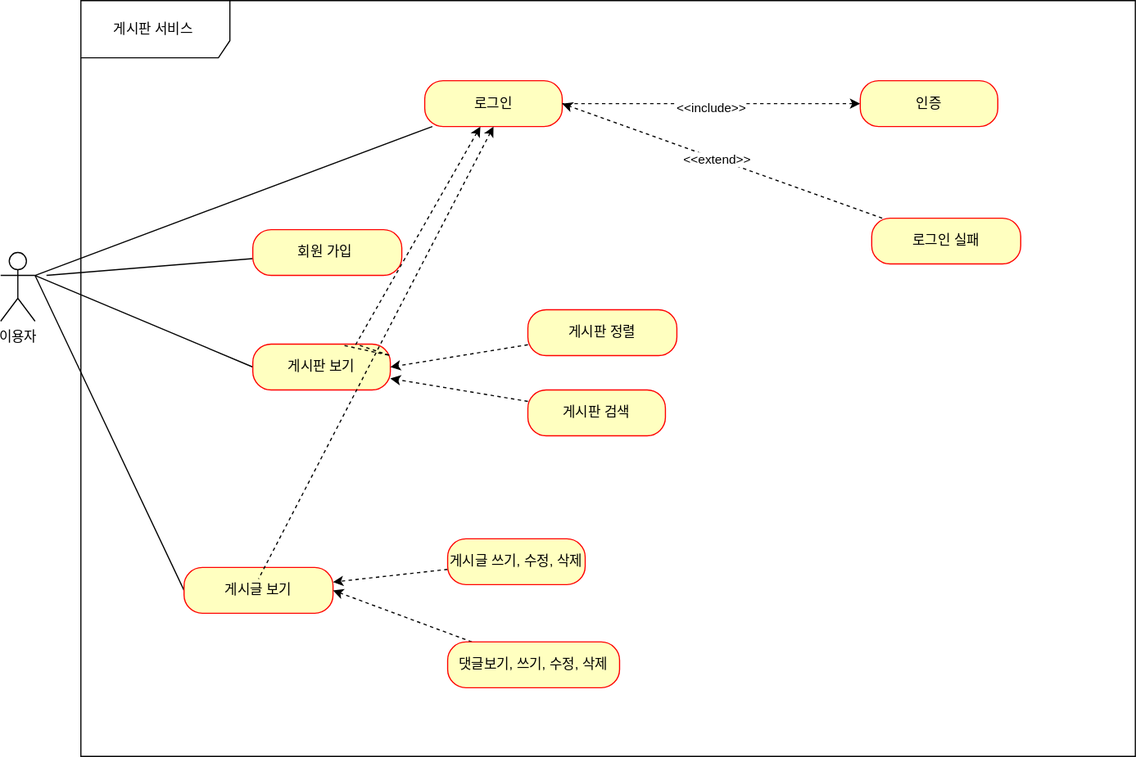
This is doc/use-case.svg from DONGBISULL/dash-board-practice, a draw.io export, as it was before one commit. Source tidied: cells renumbered, new cells last; positions are measured from the earlier drawing's top-left corner, leaving out a move shared by most shapes.
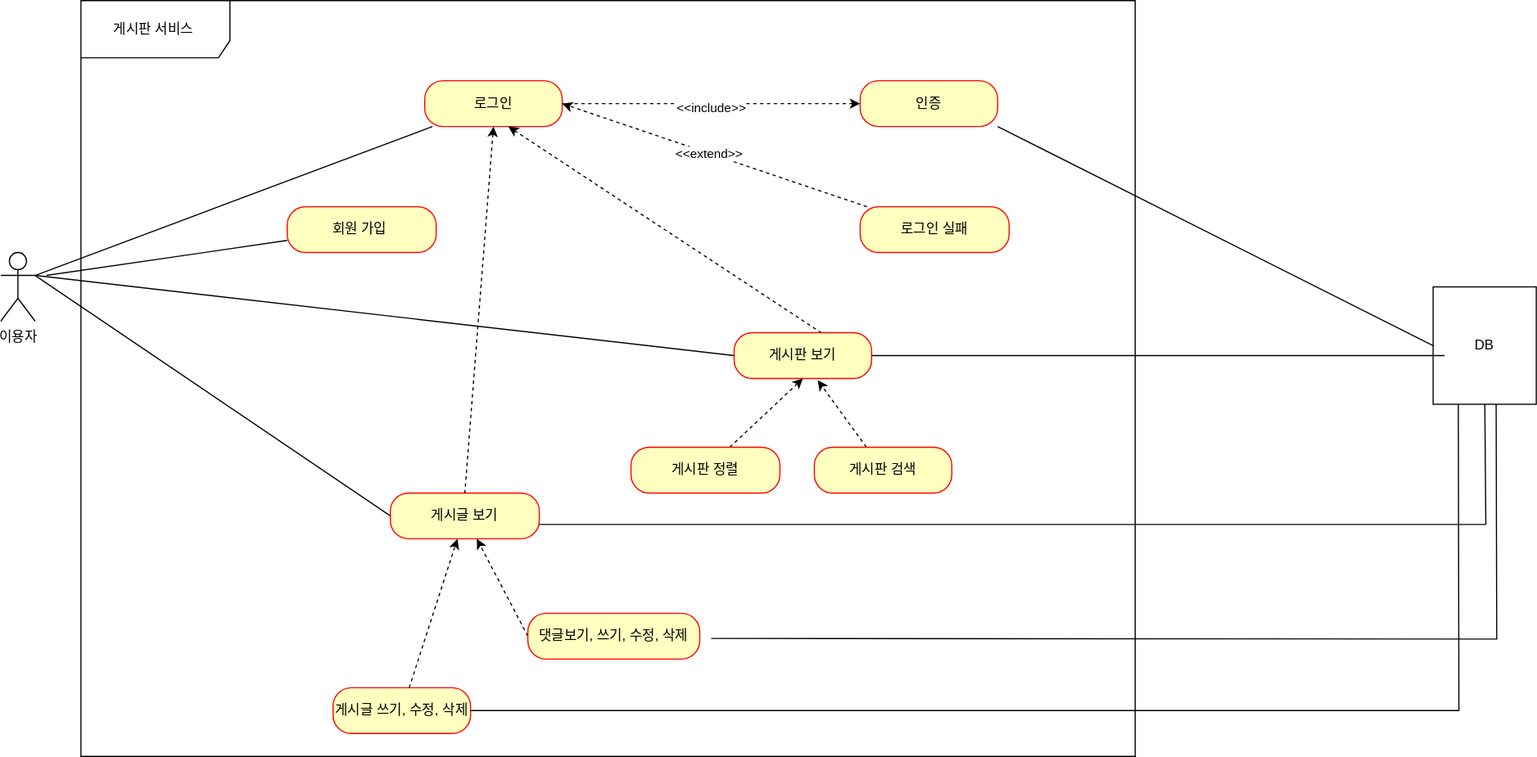
The same diagram one commit later.

Commit message:
use-case db 관계 추가

Diff of the diagram source:
```diff
@@ -14,7 +14,7 @@
       </mxGeometry>
     </mxCell>
     <mxCell id="5" value="회원 가입&amp;nbsp;" style="rounded=1;whiteSpace=wrap;html=1;arcSize=40;fontColor=#000000;fillColor=#ffffc0;strokeColor=#ff0000;" parent="1" vertex="1">
-      <mxGeometry x="220" y="200" width="130" height="40" as="geometry" />
+      <mxGeometry x="250" y="180" width="130" height="40" as="geometry" />
     </mxCell>
     <mxCell id="6" style="rounded=0;jettySize=auto;html=1;endArrow=none;endFill=0;exitX=0;exitY=0.5;exitDx=0;exitDy=0;" parent="1" edge="1" source="7">
       <mxGeometry relative="1" as="geometry">
@@ -22,24 +22,26 @@
       </mxGeometry>
     </mxCell>
     <mxCell id="7" value="게시판 보기" style="rounded=1;whiteSpace=wrap;html=1;arcSize=40;fontColor=#000000;fillColor=#ffffc0;strokeColor=#ff0000;" parent="1" vertex="1">
-      <mxGeometry x="220" y="300" width="120" height="40" as="geometry" />
+      <mxGeometry x="640" y="290" width="120" height="40" as="geometry" />
     </mxCell>
     <mxCell id="8" style="rounded=0;jettySize=auto;html=1;endArrow=none;endFill=0;exitX=0;exitY=0.5;exitDx=0;exitDy=0;" parent="1" edge="1" source="9">
       <mxGeometry relative="1" as="geometry">
         <mxPoint x="30" y="240" as="targetPoint" />
       </mxGeometry>
     </mxCell>
+    <mxCell id="28" style="edgeStyle=orthogonalEdgeStyle;rounded=0;orthogonalLoop=1;jettySize=auto;html=1;exitX=1;exitY=0.5;exitDx=0;exitDy=0;" parent="1" edge="1">
+      <mxGeometry relative="1" as="geometry">
+        <mxPoint x="450" y="437.5" as="sourcePoint" />
+        <mxPoint x="1295" y="340" as="targetPoint" />
+        <Array as="points">
+          <mxPoint x="450" y="457.5" />
+          <mxPoint x="1296" y="457.5" />
+        </Array>
+      </mxGeometry>
+    </mxCell>
     <mxCell id="9" value="게시글 보기" style="rounded=1;whiteSpace=wrap;html=1;arcSize=40;fontColor=#000000;fillColor=#ffffc0;strokeColor=#ff0000;" parent="1" vertex="1">
-      <mxGeometry x="160" y="495" width="130" height="40" as="geometry" />
+      <mxGeometry x="340" y="430" width="130" height="40" as="geometry" />
     </mxCell>
-    <mxCell id="10" style="rounded=0;jettySize=auto;html=1;dashed=1;endArrow=none;endFill=0;startArrow=classic;startFill=1;entryX=0.658;entryY=0.025;entryDx=0;entryDy=0;entryPerimeter=0;" parent="1" edge="1" source="11" target="7">
-      <mxGeometry relative="1" as="geometry">
-        <Array as="points">
-          <mxPoint x="310" y="300" />
-          <mxPoint x="340" y="310" />
-        </Array>
-      </mxGeometry>
-    </mxCell>
     <mxCell id="11" value="로그인" style="rounded=1;whiteSpace=wrap;html=1;arcSize=40;fontColor=#000000;fillColor=#ffffc0;strokeColor=#ff0000;" parent="1" vertex="1">
       <mxGeometry x="370" y="70" width="120" height="40" as="geometry" />
     </mxCell>
@@ -61,37 +63,70 @@
       <mxGeometry x="0.04" relative="1" as="geometry" />
     </mxCell>
     <mxCell id="17" value="로그인 실패" style="rounded=1;whiteSpace=wrap;html=1;arcSize=40;fontColor=#000000;fillColor=#ffffc0;strokeColor=#ff0000;" parent="1" vertex="1">
-      <mxGeometry x="760" y="190" width="130" height="40" as="geometry" />
+      <mxGeometry x="750" y="180" width="130" height="40" as="geometry" />
     </mxCell>
-    <mxCell id="18" style="rounded=0;jettySize=auto;html=1;entryX=1;entryY=0.5;entryDx=0;entryDy=0;dashed=1;" parent="1" edge="1" source="19" target="7">
+    <mxCell id="18" style="rounded=0;jettySize=auto;html=1;entryX=0.5;entryY=1;entryDx=0;entryDy=0;dashed=1;" parent="1" edge="1" source="19" target="7">
       <mxGeometry relative="1" as="geometry" />
     </mxCell>
     <mxCell id="19" value="게시판 정렬" style="rounded=1;whiteSpace=wrap;html=1;arcSize=40;fontColor=#000000;fillColor=#ffffc0;strokeColor=#ff0000;" parent="1" vertex="1">
-      <mxGeometry x="460" y="270" width="130" height="40" as="geometry" />
+      <mxGeometry x="550" y="390" width="130" height="40" as="geometry" />
     </mxCell>
-    <mxCell id="20" style="rounded=0;jettySize=auto;html=1;entryX=1;entryY=0.75;entryDx=0;entryDy=0;dashed=1;" parent="1" edge="1" source="21" target="7">
+    <mxCell id="20" style="rounded=0;jettySize=auto;html=1;entryX=0.608;entryY=1.038;entryDx=0;entryDy=0;dashed=1;entryPerimeter=0;" parent="1" edge="1" source="21" target="7">
       <mxGeometry relative="1" as="geometry" />
     </mxCell>
     <mxCell id="21" value="게시판 검색" style="rounded=1;whiteSpace=wrap;html=1;arcSize=40;fontColor=#000000;fillColor=#ffffc0;strokeColor=#ff0000;" parent="1" vertex="1">
-      <mxGeometry x="460" y="340" width="120" height="40" as="geometry" />
+      <mxGeometry x="710" y="390" width="120" height="40" as="geometry" />
     </mxCell>
     <mxCell id="22" style="rounded=0;jettySize=auto;html=1;dashed=1;" parent="1" edge="1" source="23" target="9">
       <mxGeometry relative="1" as="geometry" />
     </mxCell>
     <mxCell id="23" value="게시글 쓰기, 수정, 삭제" style="rounded=1;whiteSpace=wrap;html=1;arcSize=40;fontColor=#000000;fillColor=#ffffc0;strokeColor=#ff0000;" parent="1" vertex="1">
-      <mxGeometry x="390" y="470" width="120" height="40" as="geometry" />
+      <mxGeometry x="290" y="600" width="120" height="40" as="geometry" />
     </mxCell>
-    <mxCell id="24" style="rounded=0;jettySize=auto;html=1;entryX=1;entryY=0.5;entryDx=0;entryDy=0;dashed=1;" parent="1" edge="1" source="25" target="9">
-      <mxGeometry relative="1" as="geometry" />
+    <mxCell id="24" style="rounded=0;jettySize=auto;html=1;dashed=1;" parent="1" edge="1" source="25" target="9">
+      <mxGeometry relative="1" as="geometry">
+        <Array as="points">
+          <mxPoint x="460" y="555" />
+        </Array>
+      </mxGeometry>
     </mxCell>
     <mxCell id="25" value="댓글보기, 쓰기, 수정, 삭제" style="rounded=1;whiteSpace=wrap;html=1;arcSize=40;fontColor=#000000;fillColor=#ffffc0;strokeColor=#ff0000;" parent="1" vertex="1">
-      <mxGeometry x="390" y="560" width="150" height="40" as="geometry" />
+      <mxGeometry x="460" y="535" width="150" height="40" as="geometry" />
     </mxCell>
     <mxCell id="26" style="rounded=0;jettySize=auto;html=1;entryX=1;entryY=0.3333333333333333;entryDx=0;entryDy=0;entryPerimeter=0;endArrow=none;endFill=0;" parent="1" edge="1" source="11" target="2">
       <mxGeometry relative="1" as="geometry" />
     </mxCell>
-    <mxCell id="27" style="rounded=0;jettySize=auto;html=1;exitX=0.5;exitY=1;exitDx=0;exitDy=0;entryX=0.5;entryY=0.25;entryDx=0;entryDy=0;entryPerimeter=0;dashed=1;startArrow=classic;startFill=1;endArrow=none;endFill=0;" parent="1" edge="1" source="11" target="9">
+    <mxCell id="27" style="rounded=0;jettySize=auto;html=1;exitX=0.5;exitY=1;exitDx=0;exitDy=0;entryX=0.5;entryY=0;entryDx=0;entryDy=0;dashed=1;startArrow=classic;startFill=1;endArrow=none;endFill=0;" parent="1" edge="1" source="11" target="9">
       <mxGeometry relative="1" as="geometry" />
     </mxCell>
+    <mxCell id="29" value="DB" style="html=1;whiteSpace=wrap;" parent="1" vertex="1">
+      <mxGeometry x="1250" y="250" width="90" height="102.5" as="geometry" />
+    </mxCell>
+    <mxCell id="30" style="rounded=0;jettySize=auto;html=1;startArrow=none;startFill=0;endArrow=none;endFill=0;exitX=0;exitY=0.5;exitDx=0;exitDy=0;" parent="1" edge="1" source="29" target="14">
+      <mxGeometry relative="1" as="geometry">
+        <Array as="points">
+          <mxPoint x="870" y="110" />
+        </Array>
+      </mxGeometry>
+    </mxCell>
+    <mxCell id="31" style="rounded=0;jettySize=auto;html=1;dashed=1;endArrow=none;endFill=0;startArrow=classic;startFill=1;entryX=0.633;entryY=0;entryDx=0;entryDy=0;entryPerimeter=0;" parent="1" edge="1" target="7">
+      <mxGeometry relative="1" as="geometry">
+        <mxPoint x="443" y="110" as="sourcePoint" />
+      </mxGeometry>
+    </mxCell>
+    <mxCell id="32" style="edgeStyle=orthogonalEdgeStyle;rounded=0;jettySize=auto;html=1;entryX=0.111;entryY=0.585;entryDx=0;entryDy=0;entryPerimeter=0;endArrow=none;endFill=0;" parent="1" edge="1" source="7" target="29">
+      <mxGeometry relative="1" as="geometry" />
+    </mxCell>
+    <mxCell id="33" style="edgeStyle=orthogonalEdgeStyle;rounded=0;orthogonalLoop=1;jettySize=auto;html=1;endArrow=none;endFill=0;exitX=1;exitY=0.5;exitDx=0;exitDy=0;" parent="1" edge="1">
+      <mxGeometry relative="1" as="geometry">
+        <mxPoint x="620" y="557" as="sourcePoint" />
+        <mxPoint x="1305" y="352.5" as="targetPoint" />
+      </mxGeometry>
+    </mxCell>
+    <mxCell id="34" style="edgeStyle=orthogonalEdgeStyle;rounded=0;jettySize=auto;html=1;entryX=0.022;entryY=0.946;entryDx=0;entryDy=0;entryPerimeter=0;endArrow=none;endFill=0;exitX=1;exitY=0.5;exitDx=0;exitDy=0;" parent="1" edge="1" source="23">
+      <mxGeometry relative="1" as="geometry">
+        <mxPoint x="1272" y="352.5" as="targetPoint" />
+      </mxGeometry>
+    </mxCell>
   </root>
 </mxGraphModel>
```
